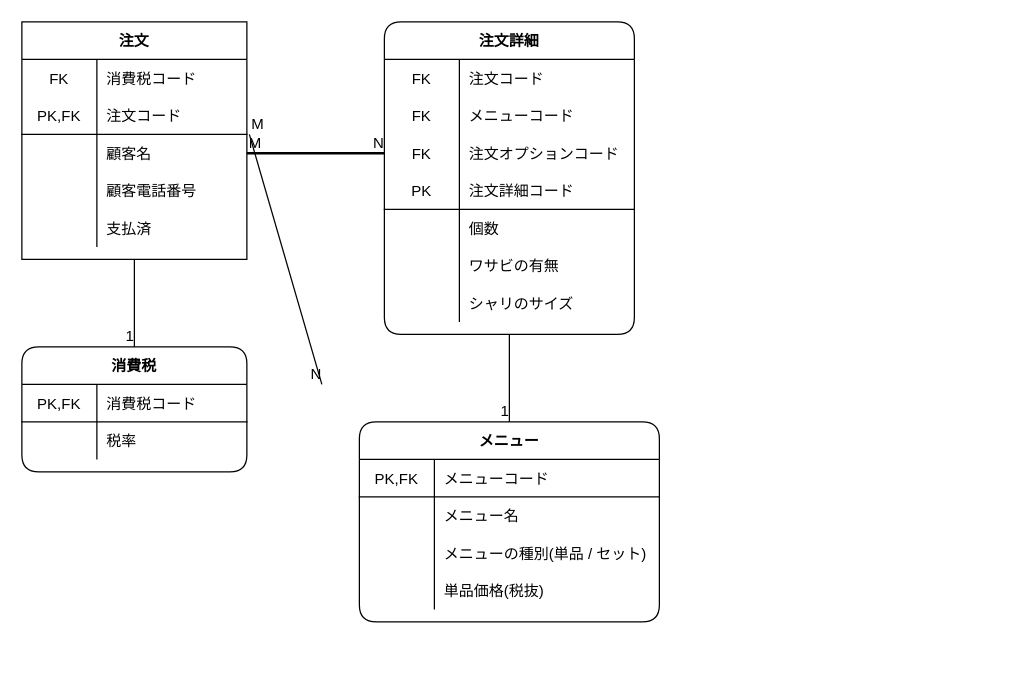
Earlier version of the draw.io diagram database/db_modeling_1/issue_2/db_modeling_2.dio (haratak/praha_challenge). Source tidied: cells renumbered, new cells numbered last; positions are measured from the earlier drawing's top-left corner, leaving out a move shared by most shapes. Both pictures are drawn from the tidied source at 125%, with x=0, y=0 at pixel (21, 21).
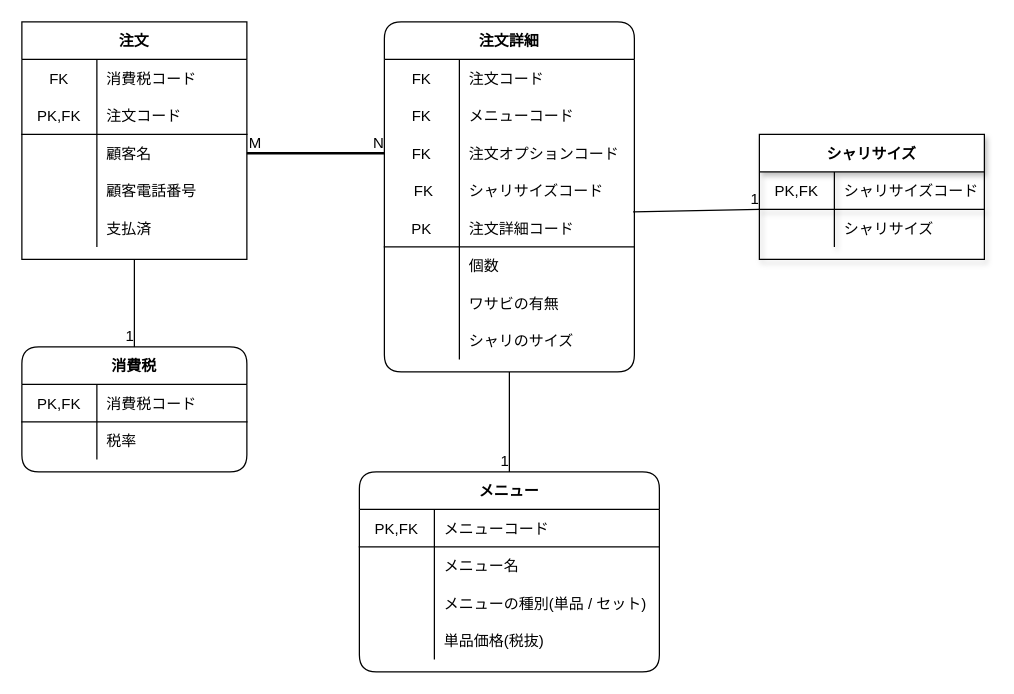
After the change.

The change refers to these unchanged cells:
```xml
<mxCell id="9" style="shape=partialRectangle;fillColor=none;top=0;left=0;bottom=0;right=0;points=[[0,0.5],[1,0.5]];portConstraint=eastwest;" parent="2" vertex="1">
  <mxGeometry y="90" width="180" height="30" as="geometry" />
</mxCell>
```

Change to the diagram source:
```diff
@@
     <mxCell id="18" value="注文詳細" style="shape=table;startSize=30;childLayout=tableLayout;rowLines=0;fontStyle=1;align=center;rounded=1;" parent="1" vertex="1">
-      <mxGeometry x="290" width="200" height="250" as="geometry" />
+      <mxGeometry x="290" width="200" height="280" as="geometry" />
     </mxCell>
@@
-    <mxCell id="28" style="shape=partialRectangle;fillColor=none;top=0;left=0;bottom=1;right=0;fontStyle=1;" parent="18" vertex="1">
+    <mxCell id="28" style="shape=partialRectangle;fillColor=none;top=0;left=0;bottom=0;right=0;fontStyle=1;" parent="18" vertex="1">
       <mxGeometry y="120" width="200" height="30" as="geometry" />
     </mxCell>
-    <mxCell id="29" value="PK" style="shape=partialRectangle;fillColor=none;top=0;left=0;bottom=0;right=0;fontStyle=0;overflow=hidden;shadow=1;" parent="28" vertex="1">
+    <mxCell id="29" value=" FK" style="shape=partialRectangle;fillColor=none;top=0;left=0;bottom=0;right=0;fontStyle=0;overflow=hidden;shadow=1;" parent="28" vertex="1">
       <mxGeometry width="60" height="30" as="geometry" />
     </mxCell>
-    <mxCell id="30" value="注文詳細コード" style="shape=partialRectangle;fillColor=none;top=0;left=0;bottom=0;right=0;align=left;spacingLeft=6;fontStyle=0;overflow=hidden;shadow=1;" parent="28" vertex="1">
+    <mxCell id="30" value="シャリサイズコード" style="shape=partialRectangle;fillColor=none;top=0;left=0;bottom=0;right=0;align=left;spacingLeft=6;fontStyle=0;overflow=hidden;shadow=1;" parent="28" vertex="1">
       <mxGeometry x="60" width="140" height="30" as="geometry" />
     </mxCell>
+    <mxCell id="70" style="shape=partialRectangle;fillColor=none;top=0;left=0;bottom=1;right=0;points=[[0,0.5],[1,0.5]];portConstraint=eastwest;fontStyle=1;" parent="18" vertex="1">
+      <mxGeometry y="150" width="200" height="30" as="geometry" />
+    </mxCell>
+    <mxCell id="71" value="PK" style="shape=partialRectangle;fillColor=none;top=0;left=0;bottom=0;right=0;fontStyle=0;overflow=hidden;shadow=1;" parent="70" vertex="1">
+      <mxGeometry width="60" height="30" as="geometry" />
+    </mxCell>
+    <mxCell id="72" value="注文詳細コード" style="shape=partialRectangle;fillColor=none;top=0;left=0;bottom=0;right=0;align=left;spacingLeft=6;fontStyle=0;overflow=hidden;shadow=1;" parent="70" vertex="1">
+      <mxGeometry x="60" width="140" height="30" as="geometry" />
+    </mxCell>
     <mxCell id="31" style="shape=partialRectangle;fillColor=none;top=0;left=0;bottom=0;right=0;" parent="18" vertex="1">
-      <mxGeometry y="150" width="200" height="30" as="geometry" />
+      <mxGeometry y="180" width="200" height="30" as="geometry" />
     </mxCell>
@@
     <mxCell id="34" style="shape=partialRectangle;fillColor=none;top=0;left=0;bottom=0;right=0;" parent="18" vertex="1">
-      <mxGeometry y="180" width="200" height="30" as="geometry" />
+      <mxGeometry y="210" width="200" height="30" as="geometry" />
     </mxCell>
@@
     <mxCell id="37" style="shape=partialRectangle;fillColor=none;top=0;left=0;bottom=0;right=0;" parent="18" vertex="1">
-      <mxGeometry y="210" width="200" height="30" as="geometry" />
+      <mxGeometry y="240" width="200" height="30" as="geometry" />
     </mxCell>
@@
     <mxCell id="40" value="メニュー" style="shape=table;startSize=30;childLayout=tableLayout;rowLines=0;fontStyle=1;align=center;rounded=1;" parent="1" vertex="1">
-      <mxGeometry x="270" y="320" width="240" height="160" as="geometry" />
+      <mxGeometry x="270" y="360" width="240" height="160" as="geometry" />
     </mxCell>
@@
-    <mxCell id="60" style="endArrow=none;html=1;rounded=0;exitX=1.011;exitY=0;exitDx=0;exitDy=0;exitPerimeter=0;entryX=0;entryY=0;entryDx=0;entryDy=0;entryPerimeter=0;" parent="1" edge="1" source="9">
-      <mxGeometry relative="1" as="geometry">
-        <mxPoint x="240" y="290" as="targetPoint" />
-      </mxGeometry>
-    </mxCell>
-    <mxCell id="61" value="M" style="html=1;align=left;verticalAlign=bottom;" parent="60" vertex="1">
-      <mxGeometry x="-1" relative="1" as="geometry" />
-    </mxCell>
-    <mxCell id="62" value="N" style="html=1;align=right;verticalAlign=bottom;" parent="60" vertex="1">
-      <mxGeometry x="1" relative="1" as="geometry" />
-    </mxCell>
@@
+    <mxCell id="73" value="シャリサイズ" style="shape=table;startSize=30;childLayout=tableLayout;rowLines=0;fontStyle=1;align=center;shadow=1;" parent="1" vertex="1">
+      <mxGeometry x="590" y="90" width="180" height="100" as="geometry" />
+    </mxCell>
+    <mxCell id="74" style="shape=partialRectangle;fillColor=none;top=0;left=0;bottom=1;right=0;shadow=1;" parent="73" vertex="1">
+      <mxGeometry y="30" width="180" height="30" as="geometry" />
+    </mxCell>
+    <mxCell id="75" value="PK,FK" style="shape=partialRectangle;fillColor=none;top=0;left=0;bottom=0;right=0;fontStyle=0;overflow=hidden;shadow=1;" parent="74" vertex="1">
+      <mxGeometry width="60" height="30" as="geometry" />
+    </mxCell>
+    <mxCell id="76" value="シャリサイズコード" style="shape=partialRectangle;fillColor=none;top=0;left=0;bottom=0;right=0;align=left;spacingLeft=6;fontStyle=0;overflow=hidden;shadow=1;" parent="74" vertex="1">
+      <mxGeometry x="60" width="120" height="30" as="geometry" />
+    </mxCell>
+    <mxCell id="77" style="shape=partialRectangle;fillColor=none;top=0;left=0;bottom=0;right=0;points=[[0,0.5],[1,0.5]];portConstraint=eastwest;shadow=1;" parent="73" vertex="1">
+      <mxGeometry y="60" width="180" height="30" as="geometry" />
+    </mxCell>
+    <mxCell id="78" style="shape=partialRectangle;fillColor=none;top=0;left=0;bottom=0;right=0;overflow=hidden;shadow=1;" parent="77" vertex="1">
+      <mxGeometry width="60" height="30" as="geometry" />
+    </mxCell>
+    <mxCell id="79" value="シャリサイズ" style="shape=partialRectangle;fillColor=none;top=0;left=0;bottom=0;right=0;align=left;spacingLeft=6;overflow=hidden;shadow=1;" parent="77" vertex="1">
+      <mxGeometry x="60" width="120" height="30" as="geometry" />
+    </mxCell>
+    <mxCell id="80" style="endArrow=none;html=1;rounded=0;exitX=0.995;exitY=0.067;exitDx=0;exitDy=0;exitPerimeter=0;entryX=0;entryY=0;entryDx=0;entryDy=0;entryPerimeter=0;" parent="1" edge="1" source="70" target="77">
+      <mxGeometry relative="1" as="geometry" />
+    </mxCell>
+    <mxCell id="81" value="1" style="html=1;align=right;verticalAlign=bottom;" parent="80" vertex="1">
+      <mxGeometry x="1" relative="1" as="geometry" />
+    </mxCell>
```
